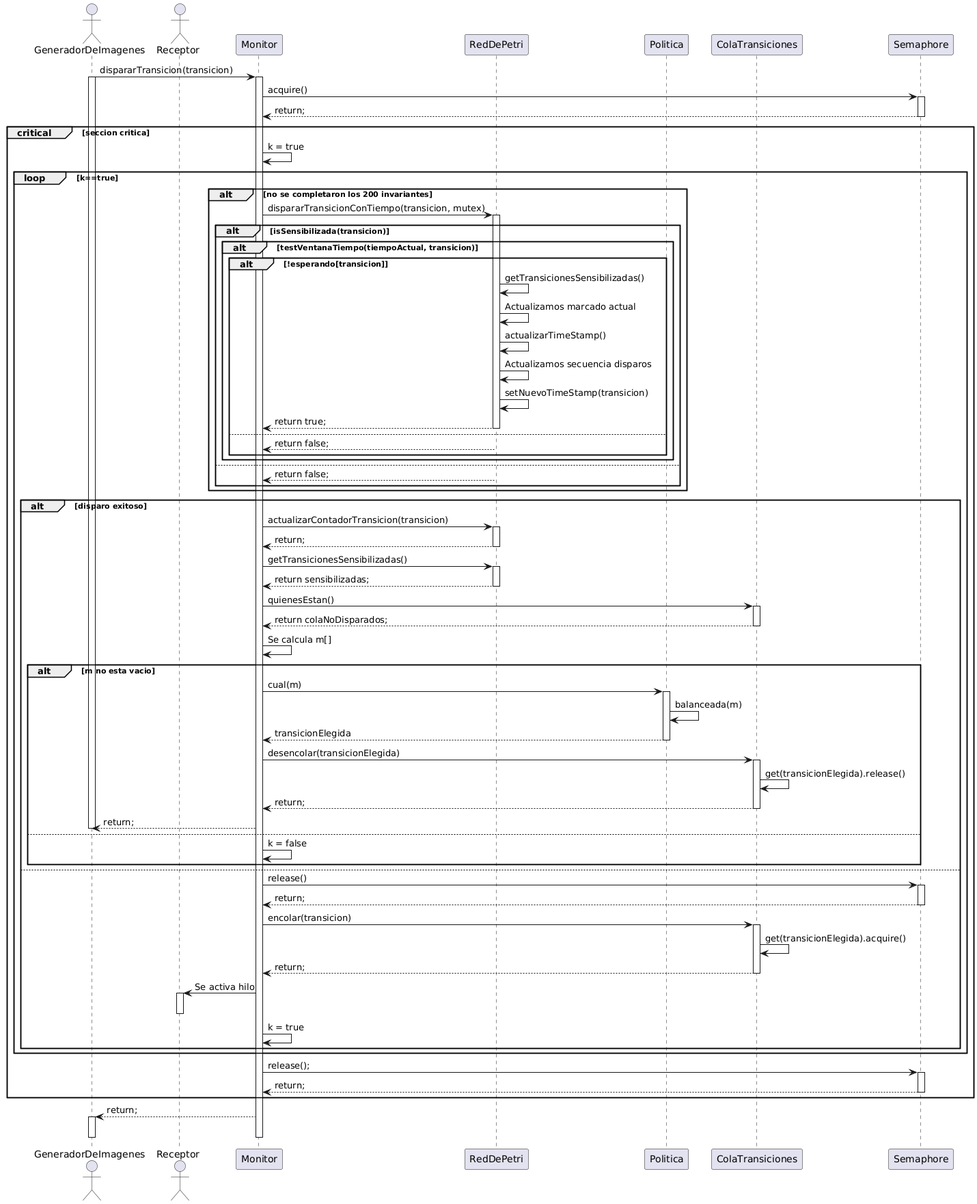
This is docs/diagrama de secuencia.png from Lucho-rar/TrabajoFinalConcurrente, a PlantUML export, as it was before one commit.
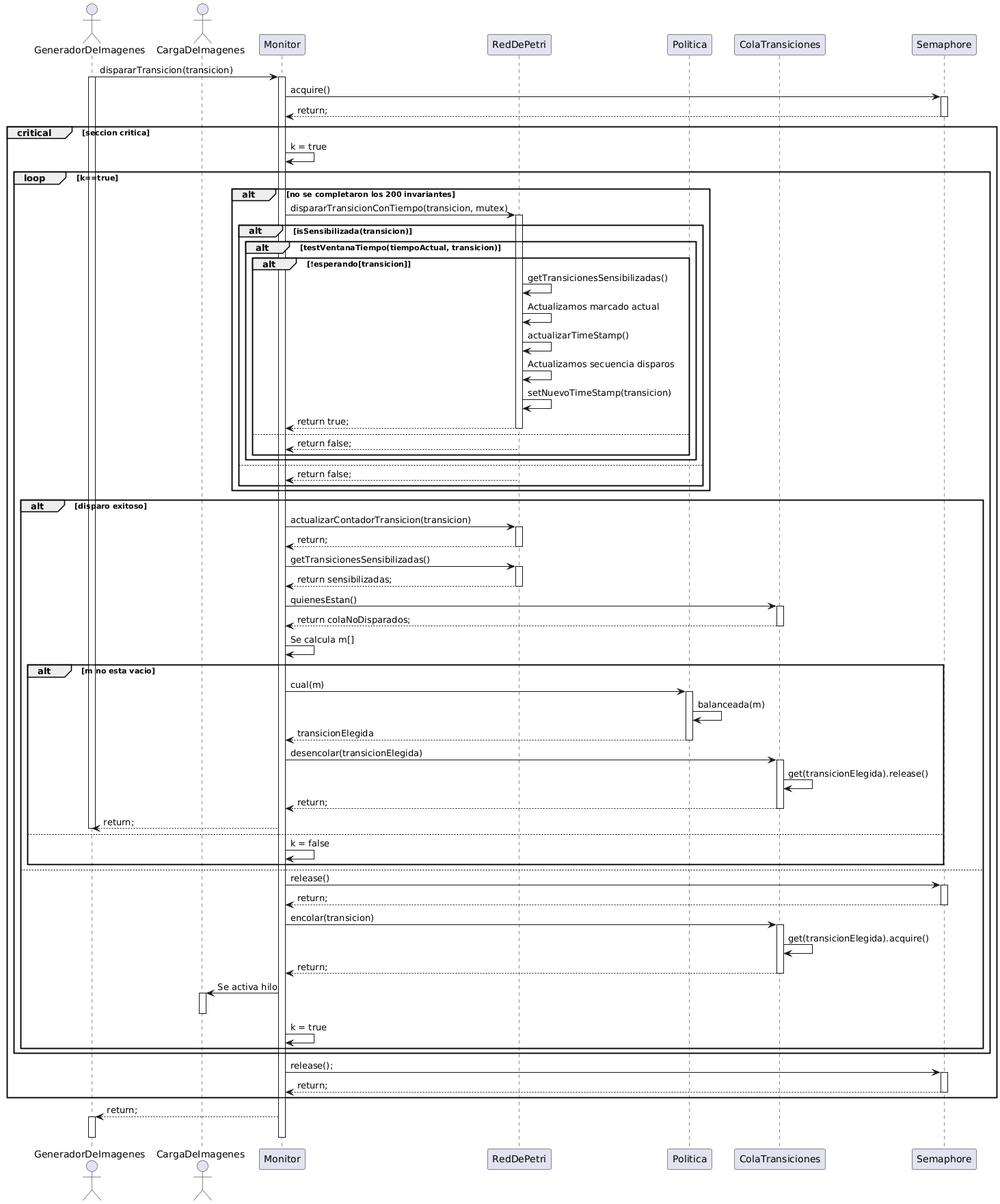
After the change.

Commit message:
arreglo diagrama de secuencia

The edit, as a diff of the source:
```diff
@@ -1,6 +1,6 @@
 @startuml
 actor "GeneradorDeImagenes" as GeneradorDeImagenes
-actor "Receptor" as Receptor
+actor "CargaDeImagenes" as CargaDeImagenes
 
 participant "Monitor" as Monitor
 participant "RedDePetri" as RedDePetri
@@ -79,9 +79,9 @@
       ColaTransiciones -> ColaTransiciones: get(transicionElegida).acquire()
       ColaTransiciones --> Monitor: return;
       deactivate ColaTransiciones
-      Monitor -> Receptor: Se activa hilo
-      activate Receptor
-      deactivate Receptor
+      Monitor -> CargaDeImagenes: Se activa hilo
+      activate CargaDeImagenes
+      deactivate CargaDeImagenes
       Monitor -> Monitor: k = true
     end
   end
```
